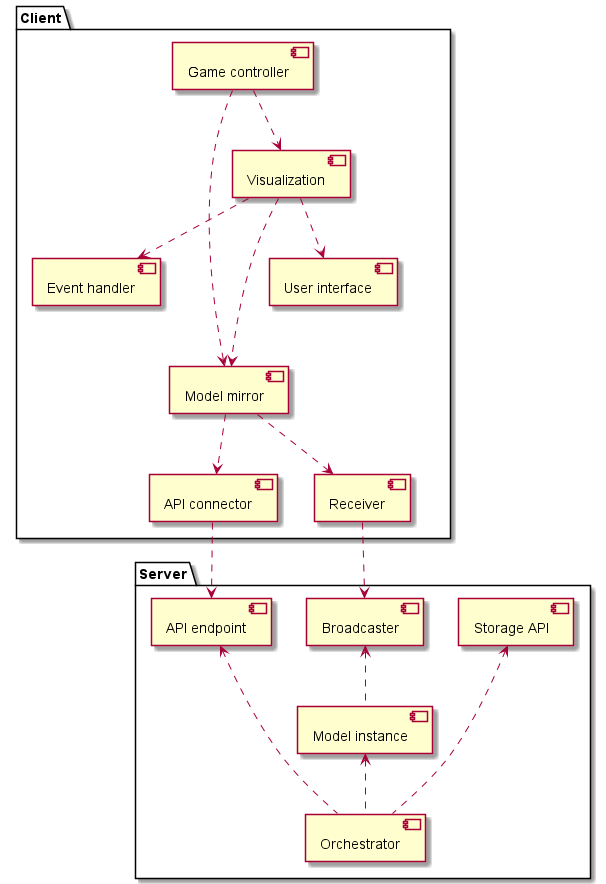
Earlier version of the PlantUML export Development/Component/ClientServer.png (SWA-group-1/PlantUML).
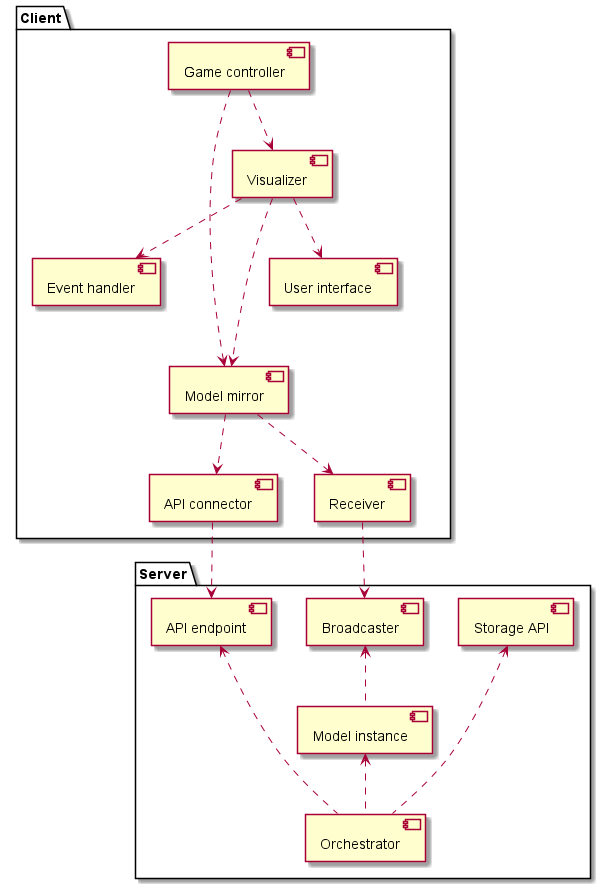
Later version of the same file.

Commit message:
Rename visualization to visualizer. #6

Diff of the diagram source:
```diff
@@ -21,15 +21,15 @@
     component "Model mirror" as mirror
     component "Receiver" as receiver
     component "API connector" as connector
-    component "Visualization" as visualization
+    component "Visualizer" as visualizer
     component "User interface" as ui
 
-    controller .down.> visualization
+    controller .down.> visualizer
     controller .down.> mirror
-    visualization .down.> event
-    visualization .down.> mirror
-    visualization -[hidden]down- receiver
-    visualization .down.> ui
+    visualizer .down.> event
+    visualizer .down.> mirror
+    visualizer -[hidden]down- receiver
+    visualizer .down.> ui
     event -[hidden]- mirror
     event -[hidden]- receiver
     event -[hidden]- connector
```
